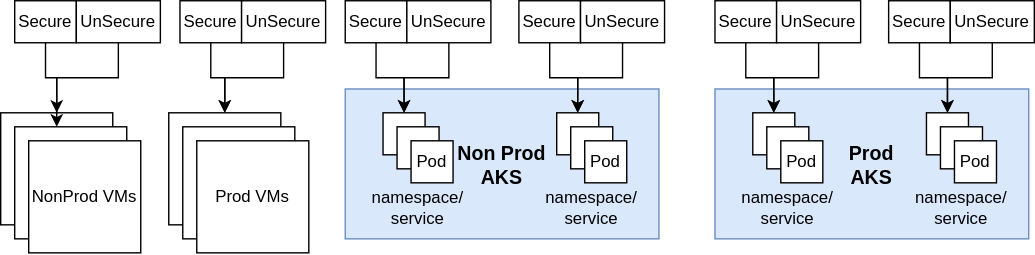
This is infra/SecureConfigInfrastructure.svg from vjavle/invoicecloud, a draw.io export, as it was before one commit. Source tidied: cells renumbered, new cells last; positions are measured from the earlier drawing's top-left corner, leaving out a move shared by most shapes.
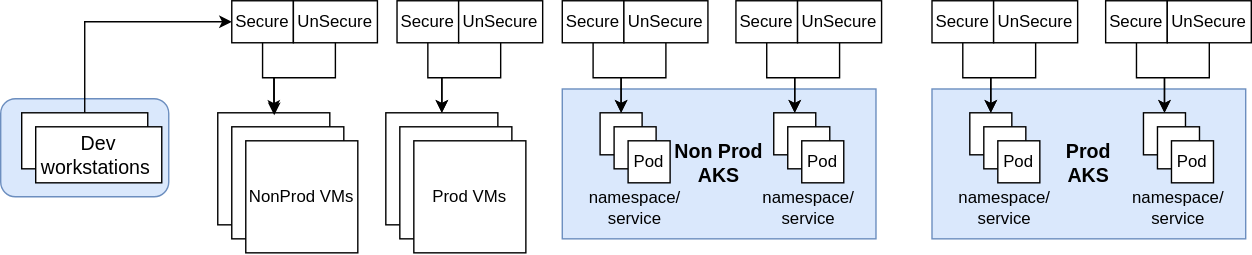
The same diagram one commit later.

What changed in the source:
```diff
@@ -2,6 +2,9 @@
   <root>
     <mxCell id="0" />
     <mxCell id="1" parent="0" />
+    <mxCell id="72" style="rounded=1;whiteSpace=wrap;html=1;fontSize=14;fillColor=#dae8fc;strokeColor=#6c8ebf;" parent="1" vertex="1">
+      <mxGeometry x="-155" y="70" width="120" height="70" as="geometry" />
+    </mxCell>
     <mxCell id="2" style="group;" parent="1" vertex="1">
       <mxGeometry x="246" width="228" height="170" as="geometry" />
     </mxCell>
@@ -209,8 +212,17 @@
     <mxCell id="70" style="edgeStyle=orthogonalEdgeStyle;rounded=0;jettySize=auto;html=1;entryX=0.5;entryY=0;entryDx=0;entryDy=0;fontSize=14;" parent="62" edge="1" source="68" target="64">
       <mxGeometry relative="1" as="geometry" />
     </mxCell>
-    <mxCell id="71" style="edgeStyle=orthogonalEdgeStyle;rounded=0;jettySize=auto;html=1;entryX=0.5;entryY=0.125;entryDx=0;entryDy=0;entryPerimeter=0;fontSize=14;" parent="62" edge="1" source="69" target="64">
+    <mxCell id="71" style="edgeStyle=orthogonalEdgeStyle;rounded=0;jettySize=auto;html=1;entryX=0.504;entryY=0.022;entryDx=0;entryDy=0;entryPerimeter=0;fontSize=14;startArrow=none;startFill=0;endArrow=classic;endFill=1;" parent="62" edge="1" source="69" target="64">
       <mxGeometry relative="1" as="geometry" />
     </mxCell>
+    <mxCell id="73" style="rounded=0;whiteSpace=wrap;html=1;fontSize=14;" parent="1" vertex="1">
+      <mxGeometry x="-140" y="80" width="90" height="40" as="geometry" />
+    </mxCell>
+    <mxCell id="74" value="Dev workstations&amp;nbsp;" style="rounded=0;whiteSpace=wrap;html=1;fontSize=14;" parent="1" vertex="1">
+      <mxGeometry x="-130" y="90" width="90" height="40" as="geometry" />
+    </mxCell>
+    <mxCell id="75" style="edgeStyle=orthogonalEdgeStyle;rounded=0;jettySize=auto;html=1;fontSize=14;endArrow=none;endFill=0;startArrow=classic;startFill=1;" parent="1" edge="1" source="68" target="73">
+      <mxGeometry relative="1" as="geometry" />
+    </mxCell>
   </root>
 </mxGraphModel>
```
